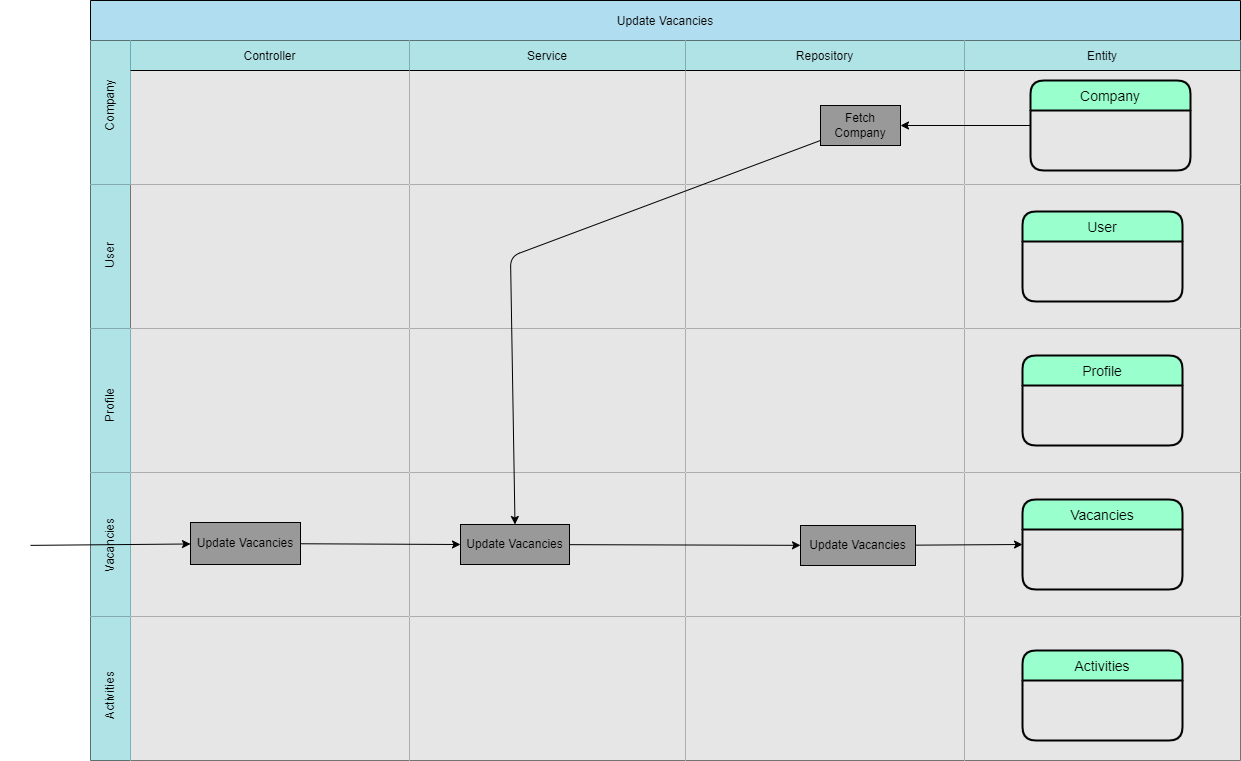
This is documents/asd/VAC-ASD-Update-Vacancies-AS-v1.png from AaronSaya/educom-symfony-1690191754, a draw.io export, as it was before one commit. Source tidied: cells renumbered, new cells last; positions are measured from the earlier drawing's top-left corner, leaving out a move shared by most shapes.
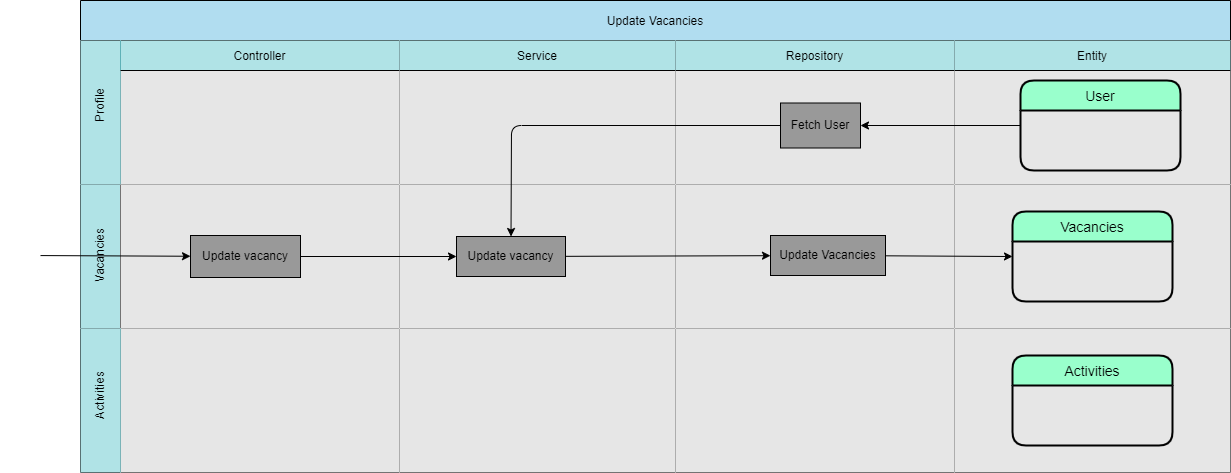
The same file after the commit.

Diff of the diagram source:
```diff
@@ -3,7 +3,7 @@
     <mxCell id="0" />
     <mxCell id="1" parent="0" />
     <mxCell id="2" value="Update Vacancies" style="shape=table;startSize=40;fillColor=#b1ddf0;strokeColor=#000000;fontColor=#000000;" parent="1" vertex="1">
-      <mxGeometry x="90" width="1150" height="760" as="geometry" />
+      <mxGeometry x="90" width="1150" height="472" as="geometry" />
     </mxCell>
     <mxCell id="3" style="shape=tableRow;horizontal=0;swimlaneHead=0;swimlaneBody=0;top=0;left=0;bottom=0;right=0;fontStyle=0;fillColor=#b0e3e6;startSize=40;strokeColor=#0e8088;fontColor=#000000;" parent="2" vertex="1">
       <mxGeometry y="40" width="1150" height="144" as="geometry" />
@@ -17,13 +17,13 @@
     <mxCell id="6" value="Repository" style="swimlane;swimlaneHead=0;swimlaneBody=0;fontStyle=0;fillColor=#b0e3e6;startSize=30;strokeColor=#000000;fontColor=#000000;swimlaneFillColor=#E6E6E6;" parent="3" vertex="1">
       <mxGeometry x="595" width="279" height="144" as="geometry" />
     </mxCell>
-    <mxCell id="7" value="Fetch Company" style="whiteSpace=wrap;html=1;fillColor=#999999;fontColor=#000000;" parent="6" vertex="1">
-      <mxGeometry x="135" y="65" width="80" height="40" as="geometry" />
+    <mxCell id="7" value="Fetch User" style="whiteSpace=wrap;html=1;fillColor=#999999;fontColor=#000000;" parent="6" vertex="1">
+      <mxGeometry x="105" y="62.5" width="80" height="45" as="geometry" />
     </mxCell>
     <mxCell id="8" value="Entity" style="swimlane;swimlaneHead=0;swimlaneBody=0;fontStyle=0;fillColor=#b0e3e6;startSize=30;strokeColor=#000000;fontColor=#000000;swimlaneFillColor=#E6E6E6;" parent="3" vertex="1">
       <mxGeometry x="874" width="276" height="144" as="geometry" />
     </mxCell>
-    <mxCell id="9" value="Company" style="swimlane;horizontal=1;startSize=30;rounded=1;fontSize=14;fontStyle=0;strokeWidth=2;shadow=0;dashed=0;align=center;fillColor=#99FFCC;strokeColor=#000000;fontColor=#000000;" parent="8" vertex="1">
+    <mxCell id="9" value="User" style="swimlane;horizontal=1;startSize=30;rounded=1;fontSize=14;fontStyle=0;strokeWidth=2;shadow=0;dashed=0;align=center;fillColor=#99FFCC;strokeColor=#000000;fontColor=#000000;" parent="8" vertex="1">
       <mxGeometry x="66" y="40" width="160" height="90" as="geometry" />
     </mxCell>
     <mxCell id="10" style="edgeStyle=none;html=1;strokeColor=#000000;exitX=0;exitY=0.5;exitDx=0;exitDy=0;" parent="3" edge="1" source="9" target="7">
@@ -35,18 +35,36 @@
     <mxCell id="12" style="swimlane;swimlaneHead=0;swimlaneBody=0;fontStyle=0;fillColor=none;startSize=0;swimlaneFillColor=#E6E6E6;strokeColor=#000000;" parent="11" vertex="1">
       <mxGeometry x="40" width="279" height="144" as="geometry" />
     </mxCell>
+    <mxCell id="25" value="&lt;span style=&quot;&quot;&gt;Update&amp;nbsp;&lt;/span&gt;vacancy" style="whiteSpace=wrap;html=1;fillColor=#999999;fillStyle=auto;fontColor=#000000;" parent="12" vertex="1">
+      <mxGeometry x="70" y="51" width="110" height="42" as="geometry" />
+    </mxCell>
     <mxCell id="13" style="swimlane;swimlaneHead=0;swimlaneBody=0;fontStyle=0;fillColor=none;startSize=0;swimlaneFillColor=#E6E6E6;strokeColor=#000000;fontColor=#000000;" parent="11" vertex="1">
       <mxGeometry x="319" width="276" height="144" as="geometry" />
     </mxCell>
+    <mxCell id="27" value="&lt;span style=&quot;&quot;&gt;Update&amp;nbsp;&lt;/span&gt;vacancy" style="whiteSpace=wrap;html=1;fillColor=#999999;fontColor=#000000;" parent="13" vertex="1">
+      <mxGeometry x="57" y="52" width="109" height="40" as="geometry" />
+    </mxCell>
     <mxCell id="14" style="swimlane;swimlaneHead=0;swimlaneBody=0;fontStyle=0;fillColor=none;startSize=0;swimlaneFillColor=#E6E6E6;strokeColor=#000000;" parent="11" vertex="1">
       <mxGeometry x="595" width="279" height="144" as="geometry" />
     </mxCell>
+    <mxCell id="29" value="Update Vacancies" style="whiteSpace=wrap;html=1;fillColor=#999999;fontColor=#000000;align=center;" parent="14" vertex="1">
+      <mxGeometry x="95" y="51" width="115" height="40" as="geometry" />
+    </mxCell>
     <mxCell id="15" style="swimlane;swimlaneHead=0;swimlaneBody=0;fontStyle=0;fillColor=none;startSize=0;swimlaneFillColor=#E6E6E6;strokeColor=#000000;" parent="11" vertex="1">
       <mxGeometry x="874" width="276" height="144" as="geometry" />
     </mxCell>
-    <mxCell id="16" value="User" style="swimlane;horizontal=1;startSize=30;rounded=1;fontSize=14;fontStyle=0;strokeWidth=2;shadow=0;dashed=0;align=center;fillColor=#99FFCC;strokeColor=#000000;fontColor=#000000;" parent="15" vertex="1">
+    <mxCell id="16" value="Vacancies" style="swimlane;horizontal=1;startSize=30;rounded=1;fontSize=14;fontStyle=0;strokeWidth=2;shadow=0;dashed=0;align=center;fillColor=#99FFCC;strokeColor=#000000;fontColor=#000000;" parent="15" vertex="1">
       <mxGeometry x="58" y="27" width="160" height="90" as="geometry" />
     </mxCell>
+    <mxCell id="34" style="edgeStyle=none;html=1;entryX=0;entryY=0.5;entryDx=0;entryDy=0;strokeColor=#000000;" parent="11" edge="1" source="25" target="27">
+      <mxGeometry relative="1" as="geometry" />
+    </mxCell>
+    <mxCell id="33" style="edgeStyle=none;html=1;strokeColor=#000000;" parent="11" edge="1" source="27" target="29">
+      <mxGeometry relative="1" as="geometry" />
+    </mxCell>
+    <mxCell id="49" style="edgeStyle=none;html=1;entryX=0;entryY=0.5;entryDx=0;entryDy=0;strokeColor=#000000;" parent="11" edge="1" source="29" target="16">
+      <mxGeometry relative="1" as="geometry" />
+    </mxCell>
     <mxCell id="17" style="shape=tableRow;horizontal=0;swimlaneHead=0;swimlaneBody=0;top=0;left=0;bottom=0;right=0;fontStyle=0;fillColor=#b0e3e6;startSize=40;strokeColor=#0e8088;" parent="2" vertex="1">
       <mxGeometry y="328" width="1150" height="144" as="geometry" />
     </mxCell>
@@ -62,90 +80,30 @@
     <mxCell id="21" style="swimlane;swimlaneHead=0;swimlaneBody=0;fontStyle=0;fillColor=none;startSize=0;swimlaneFillColor=#E6E6E6;strokeColor=#000000;" parent="17" vertex="1">
       <mxGeometry x="874" width="276" height="144" as="geometry" />
     </mxCell>
-    <mxCell id="22" value="Profile" style="swimlane;horizontal=1;startSize=30;rounded=1;fontSize=14;fontStyle=0;strokeWidth=2;shadow=0;dashed=0;align=center;fillColor=#99FFCC;strokeColor=#000000;fontColor=#000000;" parent="21" vertex="1">
+    <mxCell id="22" value="Activities" style="swimlane;horizontal=1;startSize=30;rounded=1;fontSize=14;fontStyle=0;strokeWidth=2;shadow=0;dashed=0;align=center;fillColor=#99FFCC;strokeColor=#000000;fontColor=#000000;" parent="21" vertex="1">
       <mxGeometry x="58" y="27" width="160" height="90" as="geometry" />
     </mxCell>
-    <mxCell id="23" style="shape=tableRow;horizontal=0;swimlaneHead=0;swimlaneBody=0;top=0;left=0;bottom=0;right=0;fontStyle=0;fillColor=#b0e3e6;startSize=40;strokeColor=#0e8088;" parent="2" vertex="1">
-      <mxGeometry y="472" width="1150" height="144" as="geometry" />
-    </mxCell>
-    <mxCell id="24" style="swimlane;swimlaneHead=0;swimlaneBody=0;fontStyle=0;fillColor=none;startSize=0;swimlaneFillColor=#E6E6E6;strokeColor=#000000;" parent="23" vertex="1">
-      <mxGeometry x="40" width="279" height="144" as="geometry" />
-    </mxCell>
-    <mxCell id="25" value="&lt;span style=&quot;&quot;&gt;Update&amp;nbsp;&lt;/span&gt;Vacancies" style="whiteSpace=wrap;html=1;fillColor=#999999;fillStyle=auto;fontColor=#000000;" parent="24" vertex="1">
-      <mxGeometry x="60" y="50" width="110" height="42" as="geometry" />
-    </mxCell>
-    <mxCell id="26" style="swimlane;swimlaneHead=0;swimlaneBody=0;fontStyle=0;fillColor=none;startSize=0;swimlaneFillColor=#E6E6E6;strokeColor=#000000;" parent="23" vertex="1">
-      <mxGeometry x="319" width="276" height="144" as="geometry" />
-    </mxCell>
-    <mxCell id="27" value="&lt;span style=&quot;&quot;&gt;Update&amp;nbsp;&lt;/span&gt;Vacancies" style="whiteSpace=wrap;html=1;fillColor=#999999;fontColor=#000000;" parent="26" vertex="1">
-      <mxGeometry x="51" y="52" width="109" height="40" as="geometry" />
-    </mxCell>
-    <mxCell id="28" style="swimlane;swimlaneHead=0;swimlaneBody=0;fontStyle=0;fillColor=none;startSize=0;swimlaneFillColor=#E6E6E6;strokeColor=#000000;" parent="23" vertex="1">
-      <mxGeometry x="595" width="279" height="144" as="geometry" />
-    </mxCell>
-    <mxCell id="29" value="&lt;span style=&quot;&quot;&gt;Update&amp;nbsp;&lt;/span&gt;Vacancies" style="whiteSpace=wrap;html=1;fillColor=#999999;fontColor=#000000;align=center;" parent="28" vertex="1">
-      <mxGeometry x="115" y="53" width="115" height="40" as="geometry" />
-    </mxCell>
-    <mxCell id="30" style="swimlane;swimlaneHead=0;swimlaneBody=0;fontStyle=0;fillColor=none;startSize=0;swimlaneFillColor=#E6E6E6;" parent="23" vertex="1">
-      <mxGeometry x="874" width="276" height="144" as="geometry" />
-    </mxCell>
-    <mxCell id="31" value="Vacancies" style="swimlane;horizontal=1;startSize=30;rounded=1;fontSize=14;fontStyle=0;strokeWidth=2;shadow=0;dashed=0;align=center;fillColor=#99FFCC;strokeColor=#000000;fontColor=#000000;" parent="30" vertex="1">
-      <mxGeometry x="58" y="27" width="160" height="90" as="geometry" />
-    </mxCell>
-    <mxCell id="32" style="edgeStyle=none;html=1;entryX=0;entryY=0.5;entryDx=0;entryDy=0;strokeColor=#000000;" parent="23" edge="1" source="29" target="31">
-      <mxGeometry relative="1" as="geometry" />
-    </mxCell>
-    <mxCell id="33" style="edgeStyle=none;html=1;strokeColor=#000000;" parent="23" edge="1" source="27" target="29">
-      <mxGeometry relative="1" as="geometry" />
-    </mxCell>
-    <mxCell id="34" style="edgeStyle=none;html=1;entryX=0;entryY=0.5;entryDx=0;entryDy=0;strokeColor=#000000;" parent="23" edge="1" source="25" target="27">
-      <mxGeometry relative="1" as="geometry" />
-    </mxCell>
-    <mxCell id="35" style="shape=tableRow;horizontal=0;swimlaneHead=0;swimlaneBody=0;top=0;left=0;bottom=0;right=0;fontStyle=0;fillColor=#b0e3e6;startSize=40;strokeColor=#0e8088;" parent="2" vertex="1">
-      <mxGeometry y="616" width="1150" height="144" as="geometry" />
-    </mxCell>
-    <mxCell id="36" style="swimlane;swimlaneHead=0;swimlaneBody=0;fontStyle=0;fillColor=none;startSize=0;swimlaneFillColor=#E6E6E6;strokeColor=#000000;" parent="35" vertex="1">
-      <mxGeometry x="40" width="279" height="144" as="geometry" />
-    </mxCell>
-    <mxCell id="37" style="swimlane;swimlaneHead=0;swimlaneBody=0;fontStyle=0;fillColor=none;startSize=0;swimlaneFillColor=#E6E6E6;strokeColor=#000000;" parent="35" vertex="1">
-      <mxGeometry x="319" width="276" height="144" as="geometry" />
-    </mxCell>
-    <mxCell id="38" style="swimlane;swimlaneHead=0;swimlaneBody=0;fontStyle=0;fillColor=none;startSize=0;swimlaneFillColor=#E6E6E6;strokeColor=#000000;" parent="35" vertex="1">
-      <mxGeometry x="595" width="279" height="144" as="geometry" />
-    </mxCell>
-    <mxCell id="39" style="swimlane;swimlaneHead=0;swimlaneBody=0;fontStyle=0;fillColor=none;startSize=0;swimlaneFillColor=#E6E6E6;strokeColor=#000000;" parent="35" vertex="1">
-      <mxGeometry x="874" width="276" height="144" as="geometry" />
-    </mxCell>
-    <mxCell id="40" value="Activities" style="swimlane;horizontal=1;startSize=30;rounded=1;fontSize=14;fontStyle=0;strokeWidth=2;shadow=0;dashed=0;align=center;fillColor=#99FFCC;strokeColor=#000000;fontColor=#000000;" parent="39" vertex="1">
-      <mxGeometry x="58" y="34" width="160" height="90" as="geometry" />
-    </mxCell>
-    <mxCell id="41" style="edgeStyle=none;html=1;entryX=0.5;entryY=0;entryDx=0;entryDy=0;strokeColor=#000000;" parent="2" edge="1" source="7" target="27">
+    <mxCell id="41" style="edgeStyle=none;html=1;entryX=0.5;entryY=0;entryDx=0;entryDy=0;exitX=0;exitY=0.5;exitDx=0;exitDy=0;strokeColor=#000000;" parent="2" edge="1" source="7" target="27">
       <mxGeometry relative="1" as="geometry">
         <Array as="points">
-          <mxPoint x="420" y="256" />
+          <mxPoint x="431" y="125" />
         </Array>
       </mxGeometry>
     </mxCell>
-    <mxCell id="42" value="&lt;font color=&quot;#000000&quot;&gt;Company&lt;/font&gt;" style="text;strokeColor=none;align=center;fillColor=none;html=1;verticalAlign=middle;whiteSpace=wrap;rounded=0;rotation=-90;" parent="1" vertex="1">
-      <mxGeometry x="80" y="90" width="60" height="30" as="geometry" />
-    </mxCell>
-    <mxCell id="43" value="&lt;font color=&quot;#000000&quot;&gt;User&lt;/font&gt;" style="text;strokeColor=none;align=center;fillColor=none;html=1;verticalAlign=middle;whiteSpace=wrap;rounded=0;rotation=-90;" parent="1" vertex="1">
-      <mxGeometry x="80" y="240" width="60" height="30" as="geometry" />
-    </mxCell>
     <mxCell id="44" value="&lt;font color=&quot;#000000&quot;&gt;Profile&lt;/font&gt;" style="text;strokeColor=none;align=center;fillColor=none;html=1;verticalAlign=middle;whiteSpace=wrap;rounded=0;rotation=-90;" parent="1" vertex="1">
-      <mxGeometry x="80" y="390" width="60" height="30" as="geometry" />
+      <mxGeometry x="80" y="90" width="60" height="30" as="geometry" />
     </mxCell>
     <mxCell id="45" value="&lt;font color=&quot;#000000&quot;&gt;Vacancies&lt;/font&gt;" style="text;strokeColor=none;align=center;fillColor=none;html=1;verticalAlign=middle;whiteSpace=wrap;rounded=0;rotation=-90;" parent="1" vertex="1">
-      <mxGeometry x="80" y="530" width="60" height="30" as="geometry" />
+      <mxGeometry x="80" y="240" width="60" height="30" as="geometry" />
     </mxCell>
     <mxCell id="46" value="&lt;font color=&quot;#000000&quot;&gt;Activities&lt;/font&gt;" style="text;strokeColor=none;align=center;fillColor=none;html=1;verticalAlign=middle;whiteSpace=wrap;rounded=0;rotation=-90;" parent="1" vertex="1">
-      <mxGeometry x="80" y="680" width="60" height="30" as="geometry" />
+      <mxGeometry x="80" y="380" width="60" height="30" as="geometry" />
     </mxCell>
     <mxCell id="47" style="edgeStyle=none;html=1;strokeColor=#000000;" parent="1" edge="1" source="48" target="25">
       <mxGeometry relative="1" as="geometry" />
     </mxCell>
-    <mxCell id="48" value="&lt;font color=&quot;#ffffff&quot;&gt;Actor&lt;/font&gt;" style="shape=umlActor;verticalLabelPosition=bottom;verticalAlign=top;html=1;outlineConnect=0;strokeColor=#FFFFFF;fillColor=none;" parent="1" vertex="1">
-      <mxGeometry y="515" width="30" height="60" as="geometry" />
+    <mxCell id="48" value="&lt;font color=&quot;#ffffff&quot;&gt;Employer&lt;/font&gt;" style="shape=umlActor;verticalLabelPosition=bottom;verticalAlign=top;html=1;outlineConnect=0;strokeColor=#FFFFFF;fillColor=none;" parent="1" vertex="1">
+      <mxGeometry x="20" y="225" width="30" height="60" as="geometry" />
     </mxCell>
   </root>
 </mxGraphModel>
```
